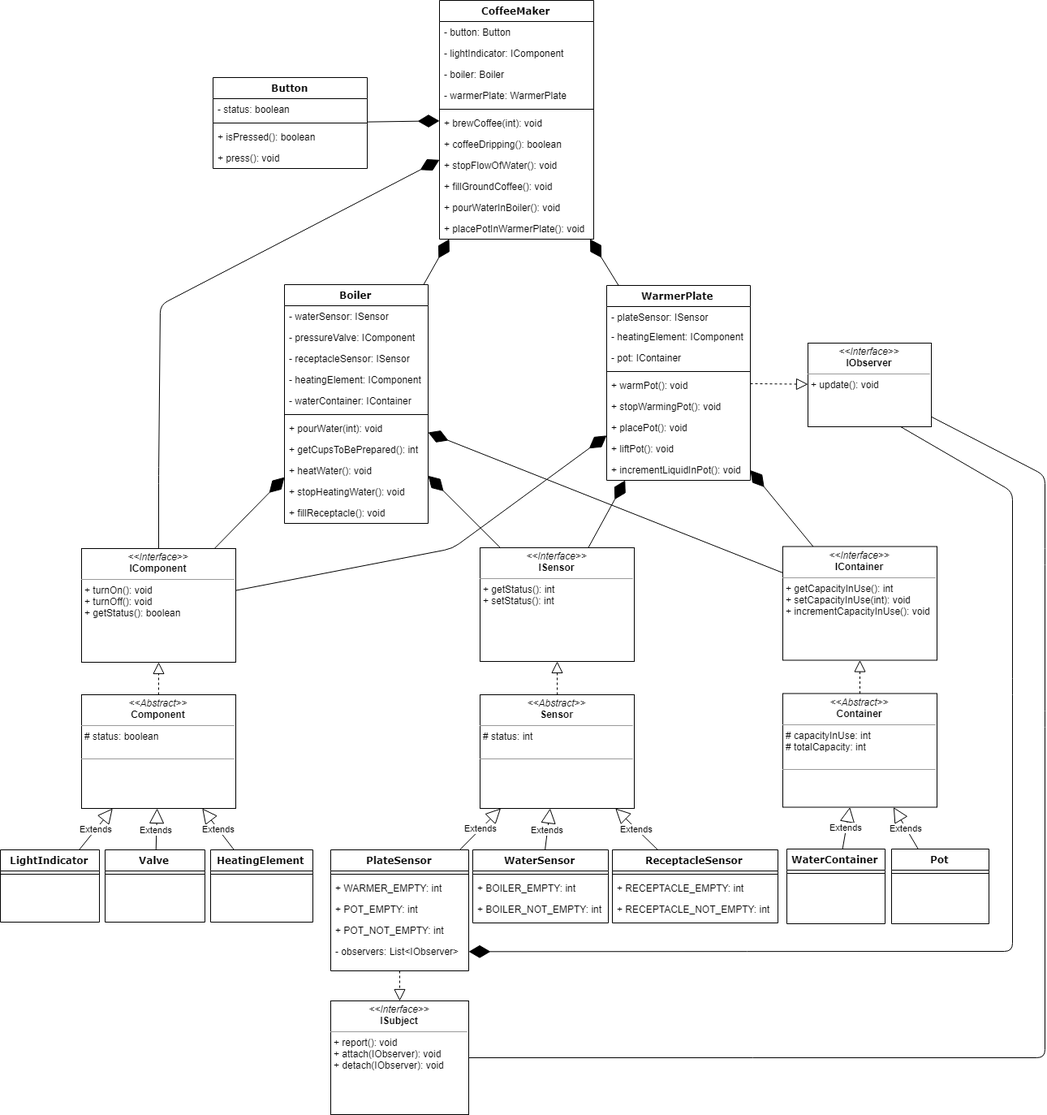
The draw.io diagram Resources/CoffeeMaker.png in aburgosu/CoffeeMaker-JAM, before a commit. Source tidied: cells renumbered, new cells last; positions are measured from the earlier drawing's top-left corner, leaving out a move shared by most shapes.
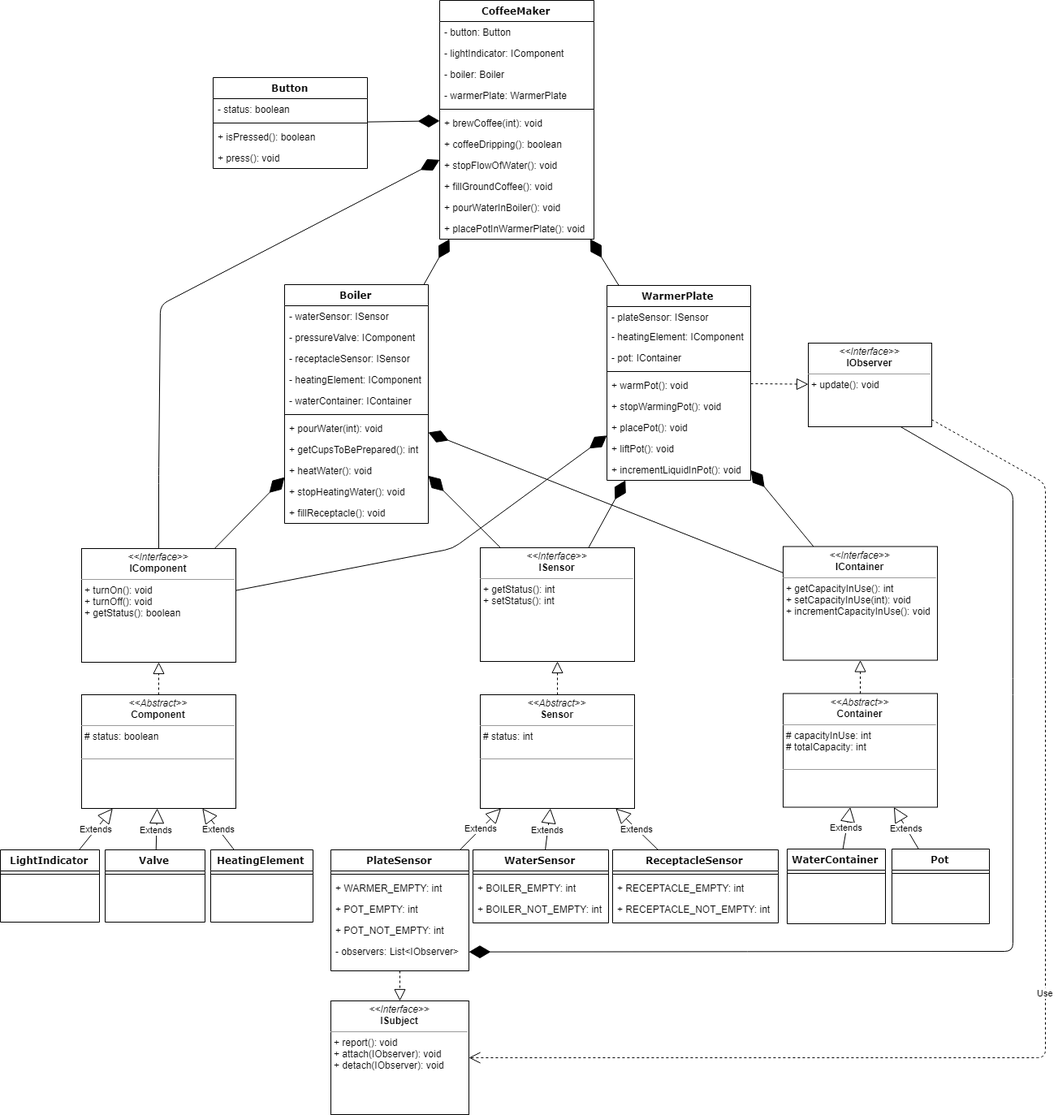
The same file after the commit.

Commit message:
Class diagram relationships arrows fixes

The edit, as a diff of the source:
```diff
@@ -287,16 +287,6 @@
         </Array>
       </mxGeometry>
     </mxCell>
-    <mxCell id="92" style="endArrow=none;html=1;" parent="1" edge="1" source="89" target="90">
-      <mxGeometry relative="1" as="geometry">
-        <Array as="points">
-          <mxPoint x="1287" y="1302" />
-          <mxPoint x="1287" y="885" />
-          <mxPoint x="1287" y="685" />
-          <mxPoint x="1287" y="585" />
-        </Array>
-      </mxGeometry>
-    </mxCell>
     <mxCell id="93" style="endArrow=block;dashed=1;endFill=0;endSize=12;html=1;" parent="1" edge="1" source="10" target="9">
       <mxGeometry relative="1" as="geometry" />
     </mxCell>
@@ -312,5 +302,13 @@
     <mxCell id="97" style="endArrow=block;dashed=1;endFill=0;endSize=12;html=1;" parent="1" edge="1" source="35" target="90">
       <mxGeometry relative="1" as="geometry" />
     </mxCell>
+    <mxCell id="98" value="Use" style="endArrow=open;endSize=12;dashed=1;html=1;" parent="1" edge="1" source="90" target="89">
+      <mxGeometry relative="1" as="geometry">
+        <Array as="points">
+          <mxPoint x="1287" y="595" />
+          <mxPoint x="1287" y="1302" />
+        </Array>
+      </mxGeometry>
+    </mxCell>
   </root>
 </mxGraphModel>
```
